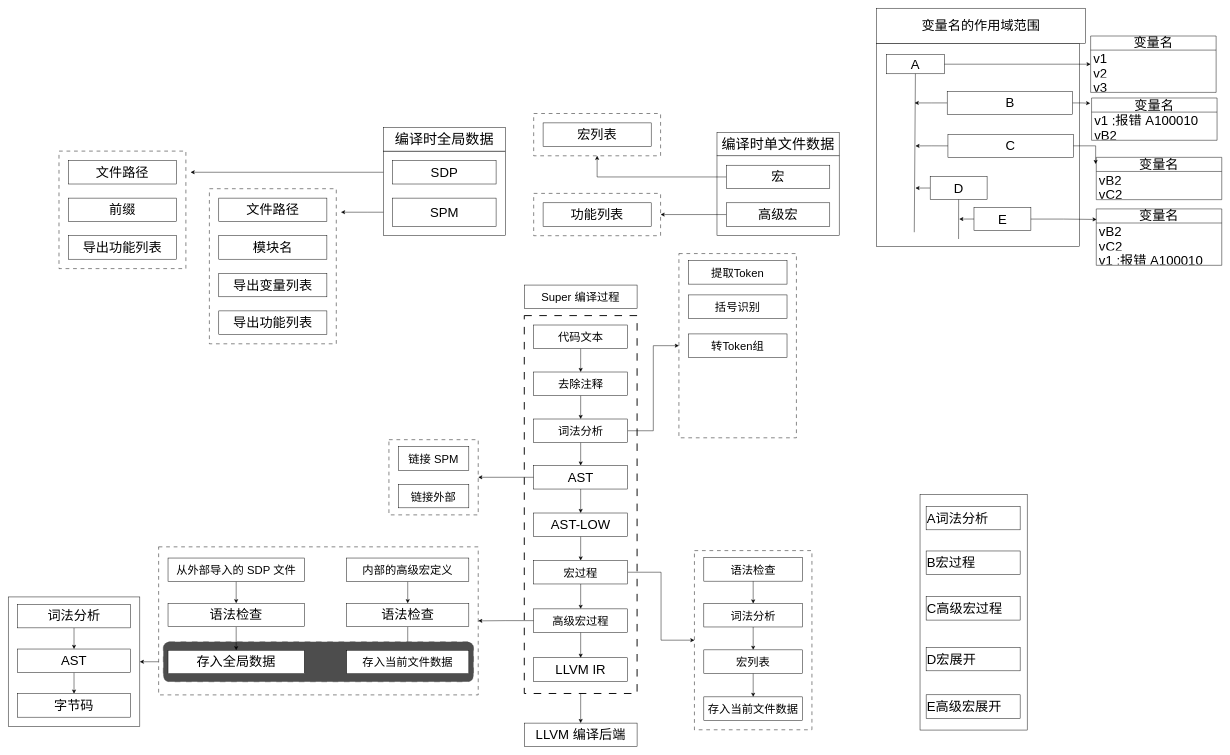
The draw.io diagram Doc/编译/编译过程.drawio in SQJM/Super-Language, before the edit. Source tidied: cells renumbered, new cells numbered last; positions are measured from the earlier drawing's top-left corner, leaving out a move shared by most shapes. Both pictures are drawn from the tidied source at 47%, with x=0, y=0 at pixel (8, 8).
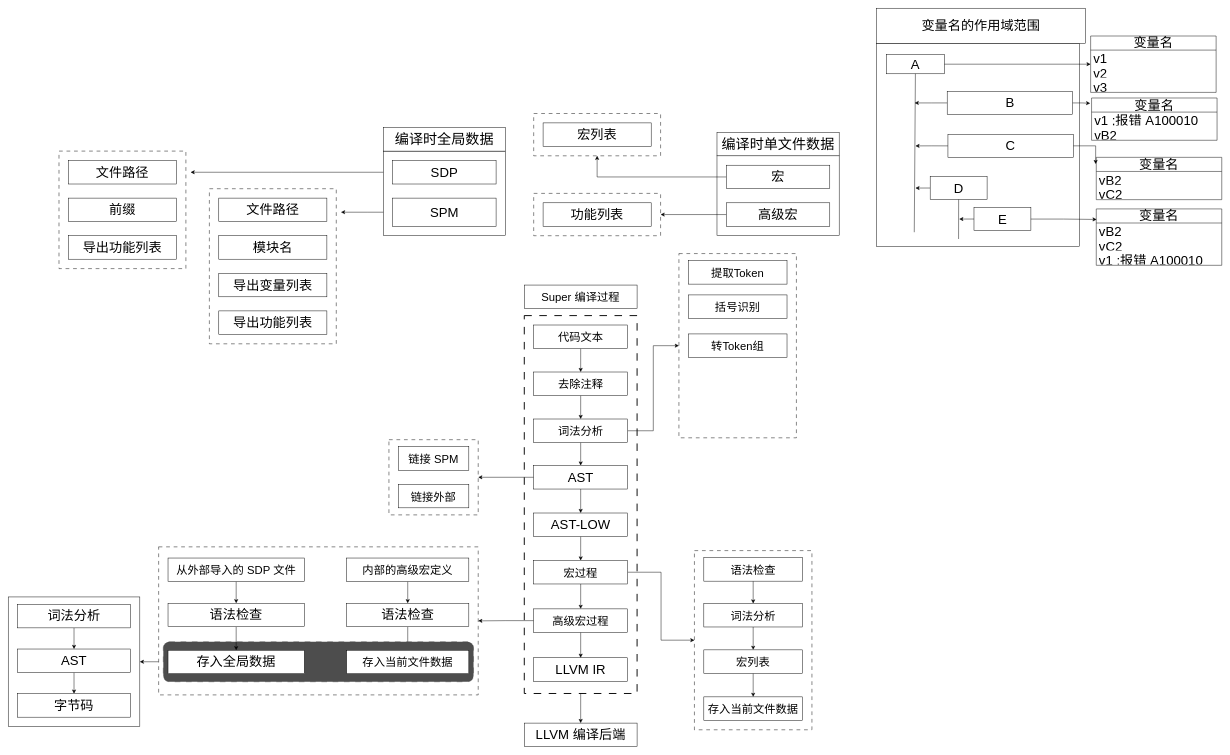
After the change.

Change to the diagram source:
```diff
@@
-    <mxCell id="2" style="rounded=0;whiteSpace=wrap;html=1;" parent="1" vertex="1">
-      <mxGeometry x="1940" y="1035" width="228" height="500.8" as="geometry" />
-    </mxCell>
@@
-    <mxCell id="90" value="A词法分析" style="html=1;whiteSpace=wrap;fontSize=28;align=left;" parent="1" vertex="1">
-      <mxGeometry x="1953" y="1059.8" width="200" height="50" as="geometry" />
-    </mxCell>
-    <mxCell id="91" value="&lt;font&gt;B宏过程&lt;/font&gt;" style="html=1;whiteSpace=wrap;fontSize=28;align=left;" parent="1" vertex="1">
-      <mxGeometry x="1953" y="1154.8" width="200" height="50" as="geometry" />
-    </mxCell>
-    <mxCell id="92" value="&lt;font&gt;C高级宏过程&lt;/font&gt;" style="html=1;whiteSpace=wrap;fontSize=28;align=left;" parent="1" vertex="1">
-      <mxGeometry x="1953" y="1251.8" width="200" height="50" as="geometry" />
-    </mxCell>
-    <mxCell id="93" value="&lt;font&gt;D宏展开&lt;/font&gt;" style="html=1;whiteSpace=wrap;fontSize=28;align=left;" parent="1" vertex="1">
-      <mxGeometry x="1953" y="1359.8" width="200" height="50" as="geometry" />
-    </mxCell>
-    <mxCell id="94" value="&lt;font&gt;E高级宏展开&lt;/font&gt;" style="html=1;whiteSpace=wrap;fontSize=28;align=left;" parent="1" vertex="1">
-      <mxGeometry x="1953" y="1460.8" width="200" height="50" as="geometry" />
-    </mxCell>
```
